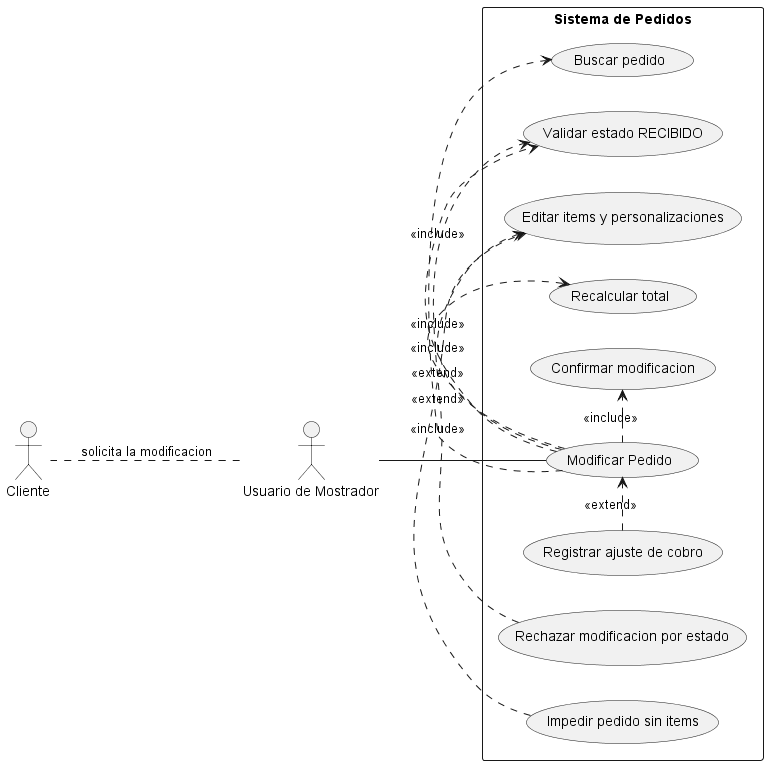
Earlier version of the PlantUML export diagramas/02-casos-de-uso/CU02_Modificar_Pedido.png (eloeyhe/SistemaPedidos). Its diagram source:
```plantuml
@startuml CU02_Modificar_Pedido
left to right direction

actor Cliente
actor "Usuario de Mostrador" as Mostrador

Cliente .. Mostrador : solicita la modificacion

rectangle "Sistema de Pedidos" {
    usecase "Modificar Pedido" as Modificar
    usecase "Buscar pedido" as Buscar
    usecase "Validar estado RECIBIDO" as ValidarEstado
    usecase "Editar items y personalizaciones" as Editar
    usecase "Recalcular total" as Recalcular
    usecase "Registrar ajuste de cobro" as AjusteCobro
    usecase "Confirmar modificacion" as Confirmar
    usecase "Rechazar modificacion por estado" as RechazarEstado
    usecase "Impedir pedido sin items" as SinItems
}

Mostrador -- Modificar

Modificar .> Buscar : <<include>>
Modificar .> ValidarEstado : <<include>>
Modificar .> Editar : <<include>>
Modificar .> Recalcular : <<include>>
Modificar .> Confirmar : <<include>>

AjusteCobro .> Modificar : <<extend>>
RechazarEstado .> ValidarEstado : <<extend>>
SinItems .> Editar : <<extend>>
@enduml
```
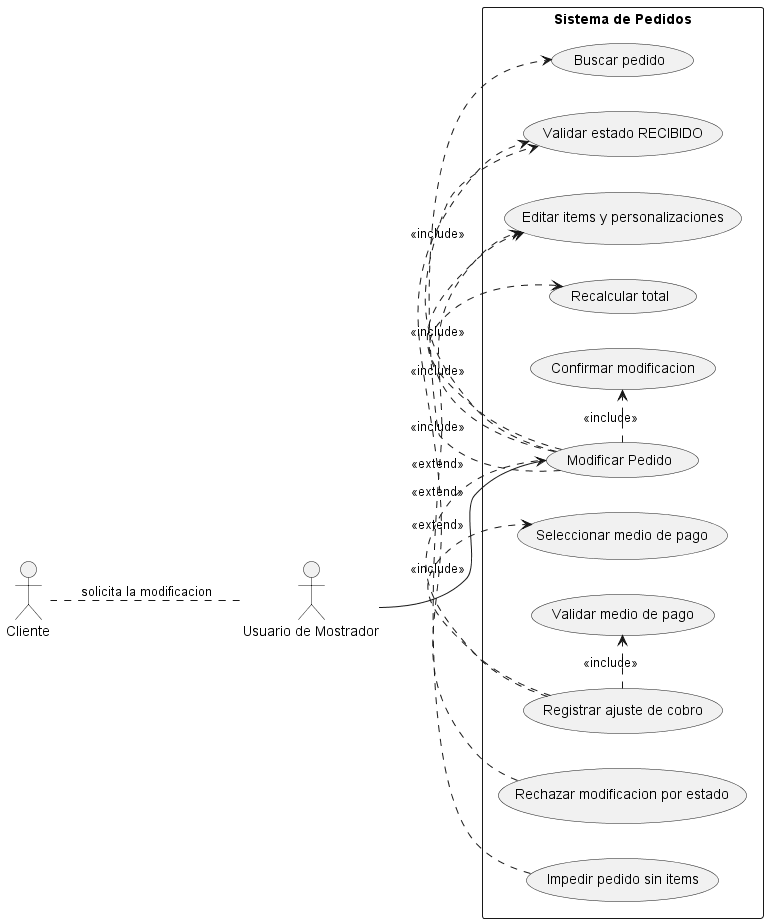
Above is the later version.

Change to the diagram source:
```diff
@@ -1,21 +1,22 @@
 @startuml CU02_Modificar_Pedido
 left to right direction
-
 actor Cliente
 actor "Usuario de Mostrador" as Mostrador
 
 Cliente .. Mostrador : solicita la modificacion
 
 rectangle "Sistema de Pedidos" {
-    usecase "Modificar Pedido" as Modificar
-    usecase "Buscar pedido" as Buscar
-    usecase "Validar estado RECIBIDO" as ValidarEstado
-    usecase "Editar items y personalizaciones" as Editar
-    usecase "Recalcular total" as Recalcular
-    usecase "Registrar ajuste de cobro" as AjusteCobro
-    usecase "Confirmar modificacion" as Confirmar
-    usecase "Rechazar modificacion por estado" as RechazarEstado
-    usecase "Impedir pedido sin items" as SinItems
+	usecase "Modificar Pedido" as Modificar
+	usecase "Buscar pedido" as Buscar
+	usecase "Validar estado RECIBIDO" as ValidarEstado
+	usecase "Editar items y personalizaciones" as Editar
+	usecase "Recalcular total" as Recalcular
+	usecase "Registrar ajuste de cobro" as AjusteCobro
+	usecase "Seleccionar medio de pago" as MedioPago
+	usecase "Validar medio de pago" as ValidarPago
+	usecase "Confirmar modificacion" as Confirmar
+	usecase "Rechazar modificacion por estado" as RechazarEstado
+	usecase "Impedir pedido sin items" as SinItems
 }
 
 Mostrador -- Modificar
@@ -27,6 +28,9 @@
 Modificar .> Confirmar : <<include>>
 
 AjusteCobro .> Modificar : <<extend>>
+AjusteCobro .> MedioPago : <<include>>
+AjusteCobro .> ValidarPago : <<include>>
+
 RechazarEstado .> ValidarEstado : <<extend>>
 SinItems .> Editar : <<extend>>
 @enduml
```
